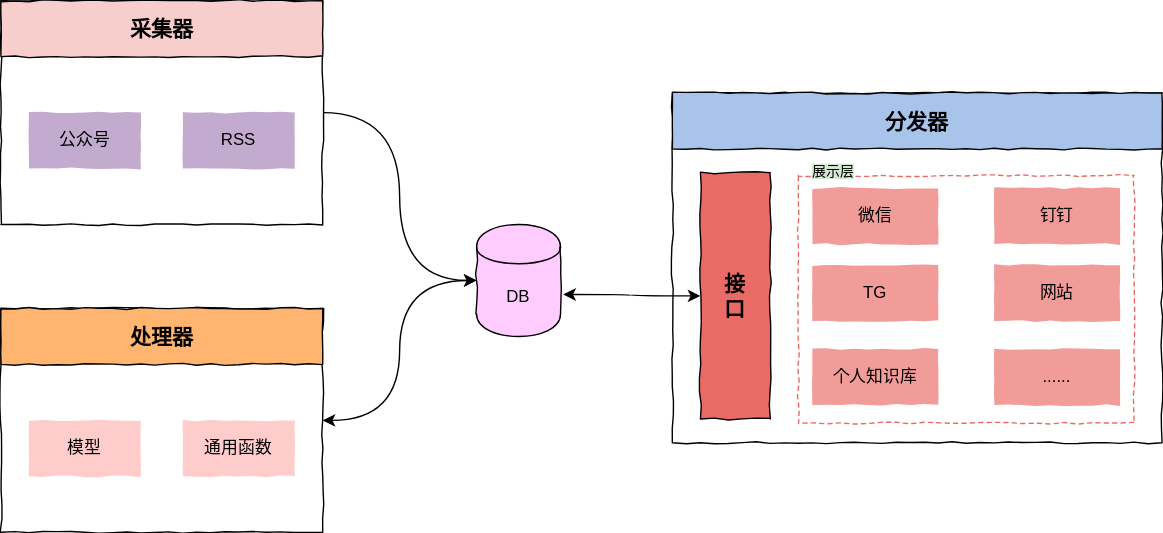
howie6879/liuli keeps this draw.io diagram as .files/images/liuli_process.svg. Above is the earlier version. Source tidied: cells renumbered, new cells last; positions are measured from the earlier drawing's top-left corner, leaving out a move shared by most shapes. The source it was exported from:
```xml
<mxGraphModel background="#ffffff">
  <root>
    <mxCell id="0" />
    <mxCell id="1" parent="0" />
    <mxCell id="2" style="rounded=0;html=1;jettySize=auto;fontColor=#FFFFFF;entryX=0;entryY=0.5;entryDx=0;entryDy=0;edgeStyle=orthogonalEdgeStyle;curved=1;" parent="1" edge="1" source="3" target="11">
      <mxGeometry relative="1" as="geometry" />
    </mxCell>
    <mxCell id="3" style="rounded=0;whiteSpace=wrap;html=1;strokeColor=#000000;glass=0;comic=1;" parent="1" vertex="1">
      <mxGeometry width="230" height="160" as="geometry" />
    </mxCell>
    <mxCell id="4" value="&lt;font style=&quot;font-size: 15px&quot;&gt;&lt;b&gt;采集器&lt;/b&gt;&lt;/font&gt;" style="rounded=0;whiteSpace=wrap;html=1;fillColor=#F8CECC;comic=1;" parent="1" vertex="1">
      <mxGeometry width="230" height="40" as="geometry" />
    </mxCell>
    <mxCell id="5" value="&lt;font style=&quot;font-size: 12px&quot;&gt;公众号&lt;/font&gt;" style="rounded=0;whiteSpace=wrap;html=1;strokeColor=none;fillColor=#C3ABD0;comic=1;" parent="1" vertex="1">
      <mxGeometry x="20" y="80" width="80" height="40" as="geometry" />
    </mxCell>
    <mxCell id="6" value="&lt;font style=&quot;font-size: 12px&quot;&gt;RSS&lt;/font&gt;" style="rounded=0;whiteSpace=wrap;html=1;strokeColor=none;fillColor=#C3ABD0;comic=1;" parent="1" vertex="1">
      <mxGeometry x="130" y="80" width="80" height="40" as="geometry" />
    </mxCell>
    <mxCell id="7" style="rounded=0;whiteSpace=wrap;html=1;strokeColor=#000000;glass=0;comic=1;" parent="1" vertex="1">
      <mxGeometry y="220" width="230" height="160" as="geometry" />
    </mxCell>
    <mxCell id="8" value="&lt;span style=&quot;font-size: 15px&quot;&gt;&lt;b&gt;处理器&lt;/b&gt;&lt;/span&gt;" style="rounded=0;whiteSpace=wrap;html=1;fillColor=#FFB570;comic=1;" parent="1" vertex="1">
      <mxGeometry y="220" width="230" height="40" as="geometry" />
    </mxCell>
    <mxCell id="9" value="&lt;font style=&quot;font-size: 12px&quot;&gt;模型&lt;/font&gt;" style="rounded=0;whiteSpace=wrap;html=1;strokeColor=none;fillColor=#FFCCCC;comic=1;gradientColor=none;" parent="1" vertex="1">
      <mxGeometry x="20" y="300" width="80" height="40" as="geometry" />
    </mxCell>
    <mxCell id="10" value="&lt;font style=&quot;font-size: 12px&quot;&gt;通用函数&lt;/font&gt;" style="rounded=0;whiteSpace=wrap;html=1;strokeColor=none;fillColor=#FFCCCC;comic=1;gradientColor=none;" parent="1" vertex="1">
      <mxGeometry x="130" y="300" width="80" height="40" as="geometry" />
    </mxCell>
    <mxCell id="11" value="&lt;font color=&quot;#000000&quot;&gt;DB&lt;/font&gt;" style="shape=cylinder;whiteSpace=wrap;html=1;boundedLbl=1;rounded=0;glass=0;comic=1;strokeColor=#000000;fillColor=#FFCCFF;gradientColor=none;fontColor=#FFFFFF;" parent="1" vertex="1">
      <mxGeometry x="340" y="160" width="60" height="80" as="geometry" />
    </mxCell>
    <mxCell id="12" style="rounded=0;whiteSpace=wrap;html=1;strokeColor=#000000;glass=0;comic=1;direction=south;" parent="1" vertex="1">
      <mxGeometry x="480" y="66" width="350" height="250" as="geometry" />
    </mxCell>
    <mxCell id="13" value="&lt;font color=&quot;#000000&quot;&gt;&lt;span style=&quot;font-size: 15px&quot;&gt;&lt;b&gt;分发器&lt;/b&gt;&lt;/span&gt;&lt;/font&gt;" style="rounded=0;whiteSpace=wrap;html=1;glass=0;comic=1;strokeColor=#000000;fillColor=#A9C4EB;gradientColor=none;fontColor=#FFFFFF;direction=south;" parent="1" vertex="1">
      <mxGeometry x="480" y="66" width="350" height="40" as="geometry" />
    </mxCell>
    <mxCell id="14" value="&lt;font style=&quot;font-size: 12px&quot;&gt;微信&lt;/font&gt;" style="rounded=0;whiteSpace=wrap;html=1;strokeColor=none;fillColor=#F19C99;comic=1;gradientColor=none;" parent="1" vertex="1">
      <mxGeometry x="580" y="134" width="90" height="40" as="geometry" />
    </mxCell>
    <mxCell id="15" value="钉钉" style="rounded=0;whiteSpace=wrap;html=1;strokeColor=none;fillColor=#F19C99;comic=1;gradientColor=none;" parent="1" vertex="1">
      <mxGeometry x="710" y="134" width="90" height="40" as="geometry" />
    </mxCell>
    <mxCell id="16" value="TG" style="rounded=0;whiteSpace=wrap;html=1;strokeColor=none;fillColor=#F19C99;comic=1;gradientColor=none;" parent="1" vertex="1">
      <mxGeometry x="580" y="189" width="90" height="40" as="geometry" />
    </mxCell>
    <mxCell id="17" value="网站" style="rounded=0;whiteSpace=wrap;html=1;strokeColor=none;fillColor=#F19C99;comic=1;gradientColor=none;" parent="1" vertex="1">
      <mxGeometry x="710" y="189" width="90" height="40" as="geometry" />
    </mxCell>
    <mxCell id="18" value="个人知识库" style="rounded=0;whiteSpace=wrap;html=1;strokeColor=none;fillColor=#F19C99;comic=1;gradientColor=none;" parent="1" vertex="1">
      <mxGeometry x="580" y="249" width="90" height="40" as="geometry" />
    </mxCell>
    <mxCell id="19" value="......" style="rounded=0;whiteSpace=wrap;html=1;strokeColor=none;fillColor=#F19C99;comic=1;gradientColor=none;" parent="1" vertex="1">
      <mxGeometry x="710" y="249" width="90" height="40" as="geometry" />
    </mxCell>
    <mxCell id="20" value="&lt;div style=&quot;font-size: 15px&quot;&gt;&lt;b style=&quot;letter-spacing: 0px&quot;&gt;接&lt;/b&gt;&lt;br&gt;&lt;/div&gt;&lt;div style=&quot;font-size: 15px&quot;&gt;&lt;font style=&quot;font-size: 15px&quot;&gt;&lt;b&gt;口&lt;/b&gt;&lt;/font&gt;&lt;/div&gt;" style="rounded=0;whiteSpace=wrap;html=1;comic=1;fillColor=#EA6B66;" parent="1" vertex="1">
      <mxGeometry x="500" y="123" width="50" height="176" as="geometry" />
    </mxCell>
    <mxCell id="21" style="rounded=0;whiteSpace=wrap;html=1;comic=1;strokeColor=#EA6B66;fillColor=none;dashed=1;" parent="1" vertex="1">
      <mxGeometry x="570" y="125" width="240" height="177" as="geometry" />
    </mxCell>
    <mxCell id="22" style="endArrow=classic;startArrow=classic;html=1;exitX=1.033;exitY=0.625;exitPerimeter=0;entryX=0;entryY=0.5;edgeStyle=orthogonalEdgeStyle;curved=1;" parent="1" edge="1" source="11" target="20">
      <mxGeometry relative="1" as="geometry" />
    </mxCell>
    <mxCell id="23" value="&lt;span style=&quot;background-color: rgb(213 , 232 , 212)&quot;&gt;展示层&lt;/span&gt;" style="text;html=1;strokeColor=none;fillColor=none;align=center;verticalAlign=middle;whiteSpace=wrap;rounded=1;dashed=1;comic=1;glass=0;fontSize=10;" parent="1" vertex="1">
      <mxGeometry x="570" y="113" width="50" height="17" as="geometry" />
    </mxCell>
    <mxCell id="24" style="endArrow=classic;startArrow=classic;html=1;edgeStyle=orthogonalEdgeStyle;curved=1;exitX=1;exitY=0.5;exitDx=0;exitDy=0;entryX=0;entryY=0.5;entryDx=0;entryDy=0;" parent="1" edge="1" source="7" target="11">
      <mxGeometry relative="1" as="geometry" />
    </mxCell>
  </root>
</mxGraphModel>
```
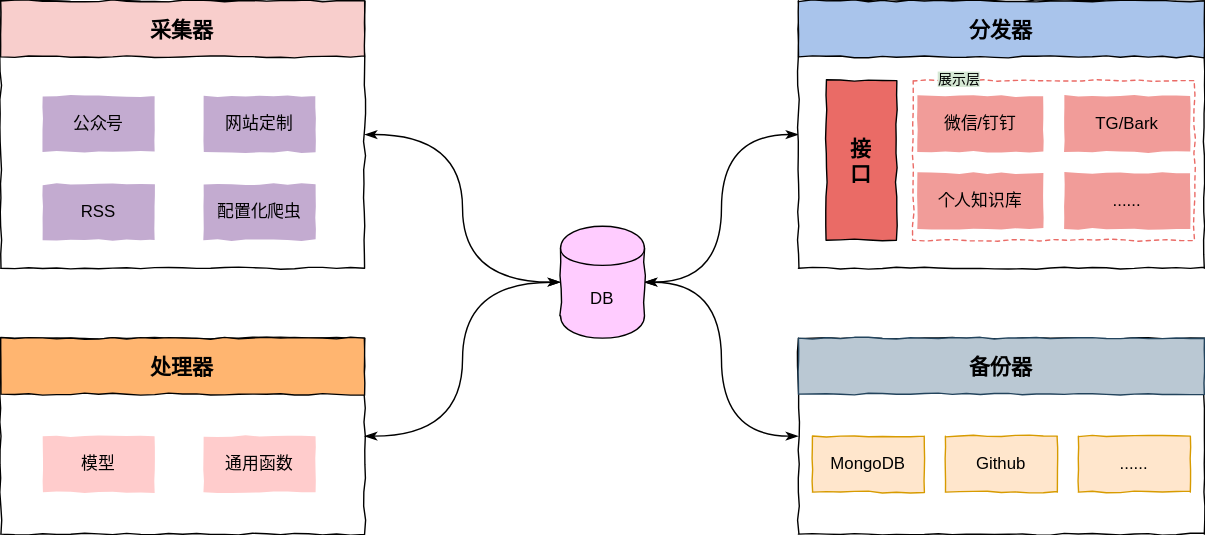
The same diagram one commit later.

The edit, as a diff of the source:
```diff
@@ -2,74 +2,92 @@
   <root>
     <mxCell id="0" />
     <mxCell id="1" parent="0" />
-    <mxCell id="2" style="rounded=0;html=1;jettySize=auto;fontColor=#FFFFFF;entryX=0;entryY=0.5;entryDx=0;entryDy=0;edgeStyle=orthogonalEdgeStyle;curved=1;" parent="1" edge="1" source="3" target="11">
-      <mxGeometry relative="1" as="geometry" />
-    </mxCell>
-    <mxCell id="3" style="rounded=0;whiteSpace=wrap;html=1;strokeColor=#000000;glass=0;comic=1;" parent="1" vertex="1">
-      <mxGeometry width="230" height="160" as="geometry" />
-    </mxCell>
+    <mxCell id="25" style="edgeStyle=orthogonalEdgeStyle;jettySize=auto;exitX=0.5;exitY=0;exitDx=0;exitDy=0;entryX=0;entryY=0.5;entryDx=0;entryDy=0;curved=1;endArrow=classicThin;endFill=1;startArrow=classicThin;startFill=1;" parent="1" edge="1" source="26" target="11">
+      <mxGeometry relative="1" as="geometry" />
+    </mxCell>
+    <mxCell id="26" style="rounded=0;whiteSpace=wrap;html=1;strokeColor=#000000;glass=0;comic=1;direction=south;" parent="1" vertex="1">
+      <mxGeometry x="-70" width="260" height="191" as="geometry" />
+    </mxCell>
     <mxCell id="4" value="&lt;font style=&quot;font-size: 15px&quot;&gt;&lt;b&gt;采集器&lt;/b&gt;&lt;/font&gt;" style="rounded=0;whiteSpace=wrap;html=1;fillColor=#F8CECC;comic=1;" parent="1" vertex="1">
-      <mxGeometry width="230" height="40" as="geometry" />
+      <mxGeometry x="-70" width="260" height="40" as="geometry" />
     </mxCell>
     <mxCell id="5" value="&lt;font style=&quot;font-size: 12px&quot;&gt;公众号&lt;/font&gt;" style="rounded=0;whiteSpace=wrap;html=1;strokeColor=none;fillColor=#C3ABD0;comic=1;" parent="1" vertex="1">
-      <mxGeometry x="20" y="80" width="80" height="40" as="geometry" />
+      <mxGeometry x="-40" y="68" width="80" height="40" as="geometry" />
     </mxCell>
     <mxCell id="6" value="&lt;font style=&quot;font-size: 12px&quot;&gt;RSS&lt;/font&gt;" style="rounded=0;whiteSpace=wrap;html=1;strokeColor=none;fillColor=#C3ABD0;comic=1;" parent="1" vertex="1">
-      <mxGeometry x="130" y="80" width="80" height="40" as="geometry" />
+      <mxGeometry x="-40" y="131" width="80" height="40" as="geometry" />
     </mxCell>
     <mxCell id="7" style="rounded=0;whiteSpace=wrap;html=1;strokeColor=#000000;glass=0;comic=1;" parent="1" vertex="1">
-      <mxGeometry y="220" width="230" height="160" as="geometry" />
+      <mxGeometry x="-70" y="241" width="260" height="140" as="geometry" />
     </mxCell>
     <mxCell id="8" value="&lt;span style=&quot;font-size: 15px&quot;&gt;&lt;b&gt;处理器&lt;/b&gt;&lt;/span&gt;" style="rounded=0;whiteSpace=wrap;html=1;fillColor=#FFB570;comic=1;" parent="1" vertex="1">
-      <mxGeometry y="220" width="230" height="40" as="geometry" />
+      <mxGeometry x="-70" y="241" width="260" height="40" as="geometry" />
     </mxCell>
     <mxCell id="9" value="&lt;font style=&quot;font-size: 12px&quot;&gt;模型&lt;/font&gt;" style="rounded=0;whiteSpace=wrap;html=1;strokeColor=none;fillColor=#FFCCCC;comic=1;gradientColor=none;" parent="1" vertex="1">
-      <mxGeometry x="20" y="300" width="80" height="40" as="geometry" />
+      <mxGeometry x="-40" y="311" width="80" height="40" as="geometry" />
     </mxCell>
     <mxCell id="10" value="&lt;font style=&quot;font-size: 12px&quot;&gt;通用函数&lt;/font&gt;" style="rounded=0;whiteSpace=wrap;html=1;strokeColor=none;fillColor=#FFCCCC;comic=1;gradientColor=none;" parent="1" vertex="1">
-      <mxGeometry x="130" y="300" width="80" height="40" as="geometry" />
+      <mxGeometry x="75" y="311" width="80" height="40" as="geometry" />
     </mxCell>
+    <mxCell id="27" style="edgeStyle=orthogonalEdgeStyle;curved=1;jettySize=auto;exitX=1;exitY=0.5;exitDx=0;exitDy=0;entryX=0;entryY=0.5;entryDx=0;entryDy=0;startArrow=classicThin;startFill=1;endArrow=classicThin;endFill=1;" parent="1" edge="1" source="11" target="31">
+      <mxGeometry relative="1" as="geometry" />
+    </mxCell>
+    <mxCell id="28" style="edgeStyle=orthogonalEdgeStyle;curved=1;jettySize=auto;exitX=1;exitY=0.5;exitDx=0;exitDy=0;startArrow=classicThin;startFill=1;endArrow=classicThin;endFill=1;" parent="1" edge="1" source="11" target="12">
+      <mxGeometry relative="1" as="geometry" />
+    </mxCell>
     <mxCell id="11" value="&lt;font color=&quot;#000000&quot;&gt;DB&lt;/font&gt;" style="shape=cylinder;whiteSpace=wrap;html=1;boundedLbl=1;rounded=0;glass=0;comic=1;strokeColor=#000000;fillColor=#FFCCFF;gradientColor=none;fontColor=#FFFFFF;" parent="1" vertex="1">
-      <mxGeometry x="340" y="160" width="60" height="80" as="geometry" />
+      <mxGeometry x="330" y="161" width="60" height="80" as="geometry" />
     </mxCell>
     <mxCell id="12" style="rounded=0;whiteSpace=wrap;html=1;strokeColor=#000000;glass=0;comic=1;direction=south;" parent="1" vertex="1">
-      <mxGeometry x="480" y="66" width="350" height="250" as="geometry" />
+      <mxGeometry x="500" width="290" height="191" as="geometry" />
     </mxCell>
     <mxCell id="13" value="&lt;font color=&quot;#000000&quot;&gt;&lt;span style=&quot;font-size: 15px&quot;&gt;&lt;b&gt;分发器&lt;/b&gt;&lt;/span&gt;&lt;/font&gt;" style="rounded=0;whiteSpace=wrap;html=1;glass=0;comic=1;strokeColor=#000000;fillColor=#A9C4EB;gradientColor=none;fontColor=#FFFFFF;direction=south;" parent="1" vertex="1">
-      <mxGeometry x="480" y="66" width="350" height="40" as="geometry" />
+      <mxGeometry x="500" width="290" height="40" as="geometry" />
     </mxCell>
-    <mxCell id="14" value="&lt;font style=&quot;font-size: 12px&quot;&gt;微信&lt;/font&gt;" style="rounded=0;whiteSpace=wrap;html=1;strokeColor=none;fillColor=#F19C99;comic=1;gradientColor=none;" parent="1" vertex="1">
-      <mxGeometry x="580" y="134" width="90" height="40" as="geometry" />
+    <mxCell id="14" value="&lt;font style=&quot;font-size: 12px&quot;&gt;微信/&lt;/font&gt;钉钉" style="rounded=0;whiteSpace=wrap;html=1;strokeColor=none;fillColor=#F19C99;comic=1;gradientColor=none;" parent="1" vertex="1">
+      <mxGeometry x="585" y="68" width="90" height="40" as="geometry" />
     </mxCell>
-    <mxCell id="15" value="钉钉" style="rounded=0;whiteSpace=wrap;html=1;strokeColor=none;fillColor=#F19C99;comic=1;gradientColor=none;" parent="1" vertex="1">
-      <mxGeometry x="710" y="134" width="90" height="40" as="geometry" />
+    <mxCell id="15" value="&lt;span&gt;TG/Bark&lt;/span&gt;" style="rounded=0;whiteSpace=wrap;html=1;strokeColor=none;fillColor=#F19C99;comic=1;gradientColor=none;" parent="1" vertex="1">
+      <mxGeometry x="690" y="68" width="90" height="40" as="geometry" />
     </mxCell>
-    <mxCell id="16" value="TG" style="rounded=0;whiteSpace=wrap;html=1;strokeColor=none;fillColor=#F19C99;comic=1;gradientColor=none;" parent="1" vertex="1">
-      <mxGeometry x="580" y="189" width="90" height="40" as="geometry" />
+    <mxCell id="16" value="&lt;span&gt;个人知识库&lt;/span&gt;" style="rounded=0;whiteSpace=wrap;html=1;strokeColor=none;fillColor=#F19C99;comic=1;gradientColor=none;" parent="1" vertex="1">
+      <mxGeometry x="585" y="123" width="90" height="40" as="geometry" />
     </mxCell>
-    <mxCell id="17" value="网站" style="rounded=0;whiteSpace=wrap;html=1;strokeColor=none;fillColor=#F19C99;comic=1;gradientColor=none;" parent="1" vertex="1">
-      <mxGeometry x="710" y="189" width="90" height="40" as="geometry" />
-    </mxCell>
-    <mxCell id="18" value="个人知识库" style="rounded=0;whiteSpace=wrap;html=1;strokeColor=none;fillColor=#F19C99;comic=1;gradientColor=none;" parent="1" vertex="1">
-      <mxGeometry x="580" y="249" width="90" height="40" as="geometry" />
+    <mxCell id="18" value="&lt;span&gt;......&lt;/span&gt;" style="rounded=0;whiteSpace=wrap;html=1;strokeColor=none;fillColor=#F19C99;comic=1;gradientColor=none;" parent="1" vertex="1">
+      <mxGeometry x="690" y="123" width="90" height="40" as="geometry" />
     </mxCell>
-    <mxCell id="19" value="......" style="rounded=0;whiteSpace=wrap;html=1;strokeColor=none;fillColor=#F19C99;comic=1;gradientColor=none;" parent="1" vertex="1">
-      <mxGeometry x="710" y="249" width="90" height="40" as="geometry" />
-    </mxCell>
     <mxCell id="20" value="&lt;div style=&quot;font-size: 15px&quot;&gt;&lt;b style=&quot;letter-spacing: 0px&quot;&gt;接&lt;/b&gt;&lt;br&gt;&lt;/div&gt;&lt;div style=&quot;font-size: 15px&quot;&gt;&lt;font style=&quot;font-size: 15px&quot;&gt;&lt;b&gt;口&lt;/b&gt;&lt;/font&gt;&lt;/div&gt;" style="rounded=0;whiteSpace=wrap;html=1;comic=1;fillColor=#EA6B66;" parent="1" vertex="1">
-      <mxGeometry x="500" y="123" width="50" height="176" as="geometry" />
+      <mxGeometry x="520" y="57" width="50" height="114" as="geometry" />
     </mxCell>
     <mxCell id="21" style="rounded=0;whiteSpace=wrap;html=1;comic=1;strokeColor=#EA6B66;fillColor=none;dashed=1;" parent="1" vertex="1">
-      <mxGeometry x="570" y="125" width="240" height="177" as="geometry" />
+      <mxGeometry x="582" y="57" width="201" height="114" as="geometry" />
     </mxCell>
-    <mxCell id="22" style="endArrow=classic;startArrow=classic;html=1;exitX=1.033;exitY=0.625;exitPerimeter=0;entryX=0;entryY=0.5;edgeStyle=orthogonalEdgeStyle;curved=1;" parent="1" edge="1" source="11" target="20">
-      <mxGeometry relative="1" as="geometry" />
-    </mxCell>
     <mxCell id="23" value="&lt;span style=&quot;background-color: rgb(213 , 232 , 212)&quot;&gt;展示层&lt;/span&gt;" style="text;html=1;strokeColor=none;fillColor=none;align=center;verticalAlign=middle;whiteSpace=wrap;rounded=1;dashed=1;comic=1;glass=0;fontSize=10;" parent="1" vertex="1">
-      <mxGeometry x="570" y="113" width="50" height="17" as="geometry" />
+      <mxGeometry x="590" y="47" width="50" height="17" as="geometry" />
     </mxCell>
-    <mxCell id="24" style="endArrow=classic;startArrow=classic;html=1;edgeStyle=orthogonalEdgeStyle;curved=1;exitX=1;exitY=0.5;exitDx=0;exitDy=0;entryX=0;entryY=0.5;entryDx=0;entryDy=0;" parent="1" edge="1" source="7" target="11">
+    <mxCell id="24" style="endArrow=classicThin;startArrow=classicThin;html=1;edgeStyle=orthogonalEdgeStyle;curved=1;exitX=1;exitY=0.5;exitDx=0;exitDy=0;entryX=0;entryY=0.5;entryDx=0;entryDy=0;startFill=1;endFill=1;" parent="1" edge="1" source="7" target="11">
       <mxGeometry relative="1" as="geometry" />
     </mxCell>
+    <mxCell id="29" value="网站定制" style="rounded=0;whiteSpace=wrap;html=1;strokeColor=none;fillColor=#C3ABD0;comic=1;" parent="1" vertex="1">
+      <mxGeometry x="75" y="68" width="80" height="40" as="geometry" />
+    </mxCell>
+    <mxCell id="30" value="配置化爬虫" style="rounded=0;whiteSpace=wrap;html=1;strokeColor=none;fillColor=#C3ABD0;comic=1;" parent="1" vertex="1">
+      <mxGeometry x="75" y="131" width="80" height="40" as="geometry" />
+    </mxCell>
+    <mxCell id="31" style="rounded=0;whiteSpace=wrap;html=1;strokeColor=#000000;glass=0;comic=1;" parent="1" vertex="1">
+      <mxGeometry x="500" y="241" width="290" height="140" as="geometry" />
+    </mxCell>
+    <mxCell id="32" value="&lt;font color=&quot;#000000&quot;&gt;&lt;span style=&quot;font-size: 15px&quot;&gt;&lt;b&gt;备份器&lt;/b&gt;&lt;/span&gt;&lt;/font&gt;" style="rounded=0;whiteSpace=wrap;html=1;glass=0;comic=1;strokeColor=#23445d;fillColor=#bac8d3;direction=south;" parent="1" vertex="1">
+      <mxGeometry x="500" y="241" width="290" height="40" as="geometry" />
+    </mxCell>
+    <mxCell id="33" value="&lt;font style=&quot;font-size: 12px&quot;&gt;MongoDB&lt;/font&gt;" style="rounded=0;whiteSpace=wrap;html=1;strokeColor=#d79b00;fillColor=#ffe6cc;comic=1;" parent="1" vertex="1">
+      <mxGeometry x="510" y="311" width="80" height="40" as="geometry" />
+    </mxCell>
+    <mxCell id="34" value="&lt;font style=&quot;font-size: 12px&quot;&gt;Github&lt;/font&gt;" style="rounded=0;whiteSpace=wrap;html=1;strokeColor=#d79b00;fillColor=#ffe6cc;comic=1;" parent="1" vertex="1">
+      <mxGeometry x="605" y="311" width="80" height="40" as="geometry" />
+    </mxCell>
+    <mxCell id="19" value="......" style="rounded=0;whiteSpace=wrap;html=1;strokeColor=#d79b00;fillColor=#ffe6cc;comic=1;" parent="1" vertex="1">
+      <mxGeometry x="700" y="311" width="80" height="40" as="geometry" />
+    </mxCell>
   </root>
 </mxGraphModel>
```
